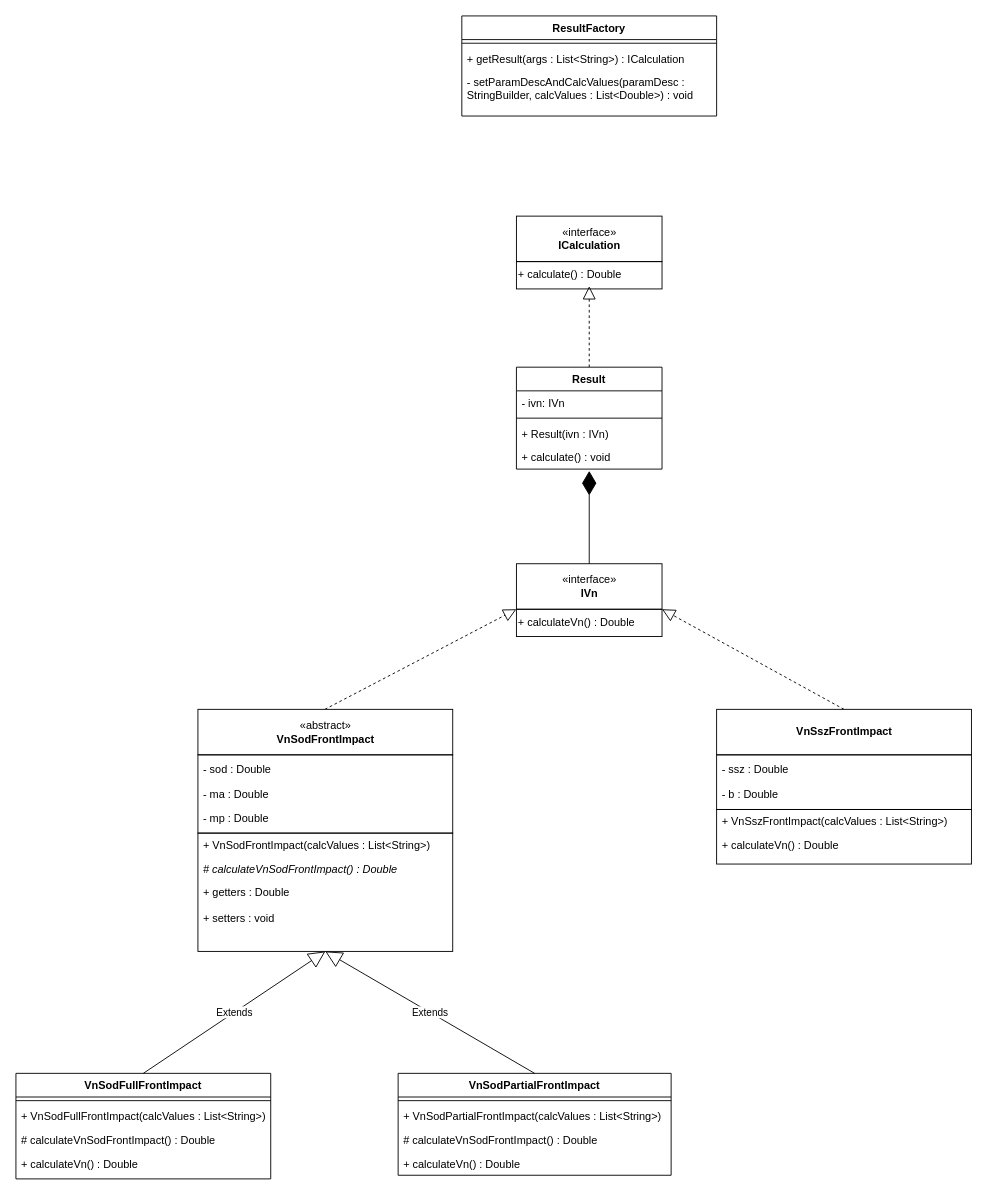
This is I Phase/I Phase - Vn - project.drawio from milanmvujanic/documentation-traffic-accident-analysis-calculation-tool, a draw.io file, before an edit. Source tidied: cells renumbered, new cells numbered last; positions are measured from the earlier drawing's top-left corner, leaving out a move shared by most shapes. Both pictures are drawn from the tidied source at 91%, with x=0, y=0 at pixel (15, 15).
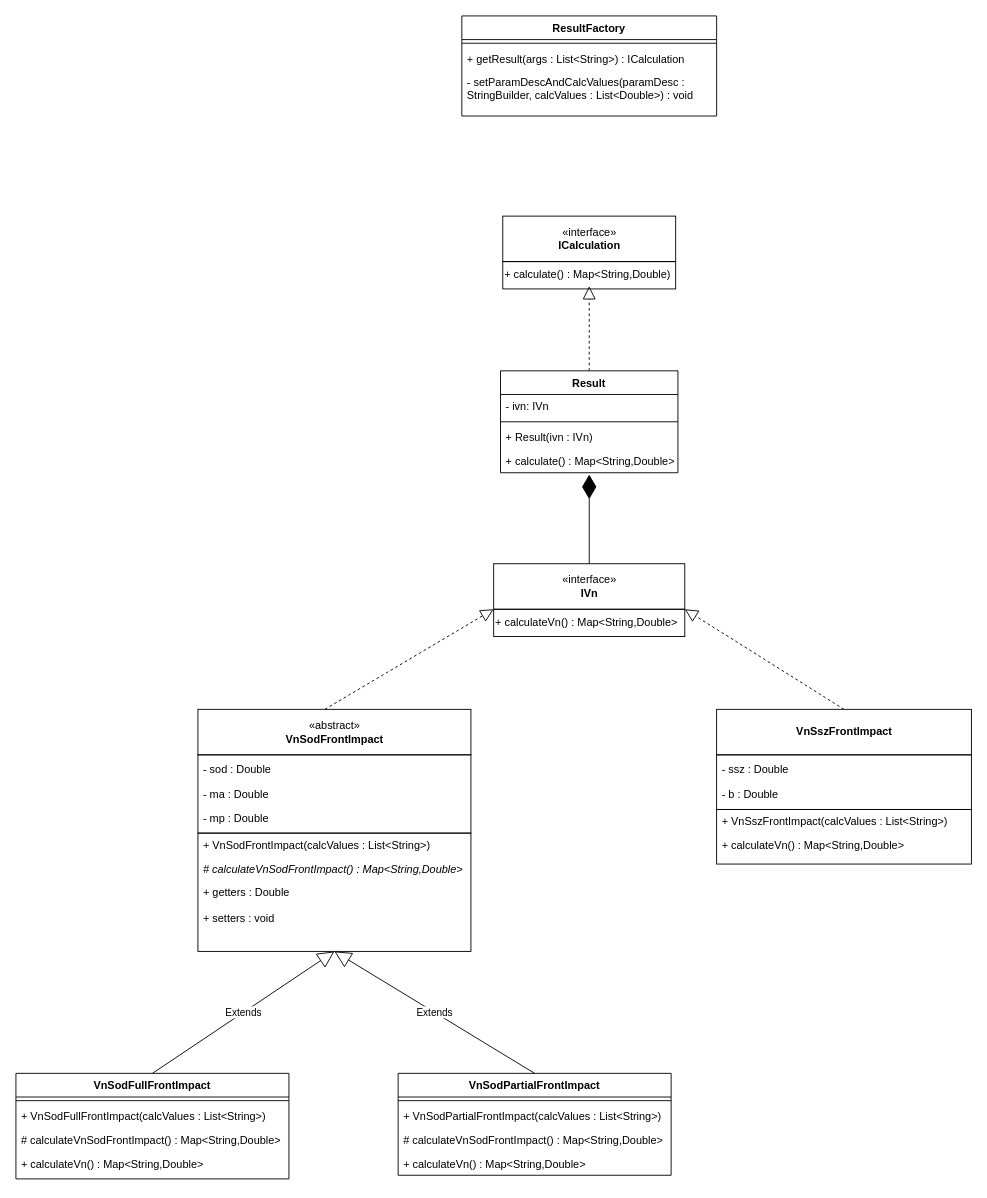
Above is the later version.

Commit message (it also covers changes not shown here):
updated uml diagram

The change refers to these unchanged cells:
```xml
<mxCell id="33" value="VnSodPartialFrontImpact" style="swimlane;fontStyle=1;align=center;verticalAlign=top;horizontal=1;startSize=26;strokeWidth=1;" parent="1" vertex="1">
  <mxGeometry x="420" y="1162" width="300" height="112" as="geometry" />
</mxCell>
```

The edit, as a diff of the source:
```diff
@@
     <mxCell id="3" value="Result" style="swimlane;fontStyle=1;align=center;verticalAlign=top;horizontal=1;startSize=26;strokeWidth=1;" parent="1" vertex="1">
-      <mxGeometry x="550" y="386" width="160" height="112" as="geometry" />
+      <mxGeometry x="532.5" y="390" width="195" height="112" as="geometry" />
     </mxCell>
     <mxCell id="4" value="- ivn: IVn" style="text;strokeColor=none;fillColor=none;align=left;verticalAlign=top;spacingLeft=4;spacingRight=4;overflow=hidden;" parent="3" vertex="1">
-      <mxGeometry y="26" width="160" height="26" as="geometry" />
+      <mxGeometry y="26" width="195" height="26" as="geometry" />
     </mxCell>
     <mxCell id="5" style="line;strokeWidth=1;fillColor=none;align=left;verticalAlign=middle;spacingTop=-1;spacingLeft=3;spacingRight=3;labelPosition=right;" parent="3" vertex="1">
-      <mxGeometry y="52" width="160" height="8" as="geometry" />
+      <mxGeometry y="52" width="195" height="8" as="geometry" />
     </mxCell>
     <mxCell id="6" value="+ Result(ivn : IVn)&#10;" style="text;strokeColor=none;fillColor=none;align=left;verticalAlign=top;spacingLeft=4;spacingRight=4;overflow=hidden;" parent="3" vertex="1">
-      <mxGeometry y="60" width="160" height="26" as="geometry" />
+      <mxGeometry y="60" width="195" height="26" as="geometry" />
     </mxCell>
-    <mxCell id="7" value="+ calculate() : void&#10;" style="text;strokeColor=none;fillColor=none;align=left;verticalAlign=top;spacingLeft=4;spacingRight=4;overflow=hidden;points=[[0,0.5],[1,0.5]];portConstraint=eastwest;" parent="3" vertex="1">
-      <mxGeometry y="86" width="160" height="26" as="geometry" />
+    <mxCell id="7" value="+ calculate() : Map&lt;String,Double&gt;&#10;" style="text;strokeColor=none;fillColor=none;align=left;verticalAlign=top;spacingLeft=4;spacingRight=4;overflow=hidden;points=[[0,0.5],[1,0.5]];portConstraint=eastwest;" parent="3" vertex="1">
+      <mxGeometry y="86" width="195" height="26" as="geometry" />
     </mxCell>
@@
     <mxCell id="13" value="«interface»&lt;br&gt;&lt;b&gt;ICalculation&lt;/b&gt;" style="html=1;strokeWidth=1;" parent="1" vertex="1">
-      <mxGeometry x="550" y="220" width="160" height="50" as="geometry" />
+      <mxGeometry x="535" y="220" width="190" height="50" as="geometry" />
     </mxCell>
-    <mxCell id="14" value="+ calculate() : Double" style="rounded=0;whiteSpace=wrap;html=1;strokeWidth=1;fillColor=none;align=left;" parent="1" vertex="1">
-      <mxGeometry x="550" y="270" width="160" height="30" as="geometry" />
+    <mxCell id="14" value="+ calculate() : Map&amp;lt;String,Double)" style="rounded=0;whiteSpace=wrap;html=1;strokeWidth=1;fillColor=none;align=left;" parent="1" vertex="1">
+      <mxGeometry x="535" y="270" width="190" height="30" as="geometry" />
     </mxCell>
     <mxCell id="15" value="«interface»&lt;br&gt;&lt;b&gt;IVn&lt;/b&gt;" style="html=1;strokeWidth=1;" parent="1" vertex="1">
-      <mxGeometry x="550" y="602" width="160" height="50" as="geometry" />
+      <mxGeometry x="525" y="602" width="210" height="50" as="geometry" />
     </mxCell>
-    <mxCell id="16" value="+ calculateVn() : Double" style="rounded=0;whiteSpace=wrap;html=1;strokeWidth=1;fillColor=none;align=left;" parent="1" vertex="1">
-      <mxGeometry x="550" y="652" width="160" height="30" as="geometry" />
+    <mxCell id="16" value="+ calculateVn() : Map&amp;lt;String,Double&amp;gt;" style="rounded=0;whiteSpace=wrap;html=1;strokeWidth=1;fillColor=none;align=left;" parent="1" vertex="1">
+      <mxGeometry x="525" y="652" width="210" height="30" as="geometry" />
     </mxCell>
     <mxCell id="17" value="«abstract»&lt;br&gt;&lt;b&gt;VnSodFrontImpact&lt;/b&gt;" style="html=1;strokeWidth=1;" parent="1" vertex="1">
-      <mxGeometry x="200" y="762" width="280" height="50" as="geometry" />
+      <mxGeometry x="200" y="762" width="300" height="50" as="geometry" />
     </mxCell>
     <mxCell id="18" value="&lt;p style=&quot;line-height: 150%&quot;&gt;&lt;br&gt;&lt;/p&gt;" style="rounded=0;whiteSpace=wrap;html=1;strokeWidth=1;fillColor=none;align=left;" parent="1" vertex="1">
-      <mxGeometry x="200" y="812" width="280" height="86" as="geometry" />
+      <mxGeometry x="200" y="812" width="300" height="86" as="geometry" />
     </mxCell>
     <mxCell id="19" value="&lt;p style=&quot;line-height: 150%&quot;&gt;&lt;br&gt;&lt;/p&gt;" style="rounded=0;whiteSpace=wrap;html=1;strokeWidth=1;fillColor=none;align=left;" parent="1" vertex="1">
-      <mxGeometry x="200" y="898" width="280" height="130" as="geometry" />
+      <mxGeometry x="200" y="898" width="300" height="130" as="geometry" />
     </mxCell>
@@
-    <mxCell id="24" value="# calculateVnSodFrontImpact() : Double" style="text;strokeColor=none;fillColor=none;align=left;verticalAlign=top;spacingLeft=4;spacingRight=4;overflow=hidden;fontStyle=2;" parent="1" vertex="1">
-      <mxGeometry x="200" y="924" width="280" height="26" as="geometry" />
+    <mxCell id="24" value="# calculateVnSodFrontImpact() : Map&lt;String,Double&gt;" style="text;strokeColor=none;fillColor=none;align=left;verticalAlign=top;spacingLeft=4;spacingRight=4;overflow=hidden;fontStyle=2;" parent="1" vertex="1">
+      <mxGeometry x="200" y="924" width="300" height="26" as="geometry" />
     </mxCell>
@@
     <mxCell id="27" value="VnSodFullFrontImpact" style="swimlane;fontStyle=1;align=center;verticalAlign=top;horizontal=1;startSize=26;strokeWidth=1;" parent="1" vertex="1">
-      <mxGeometry y="1162" width="280" height="116" as="geometry" />
+      <mxGeometry y="1162" width="300" height="116" as="geometry" />
     </mxCell>
     <mxCell id="28" style="line;strokeWidth=1;fillColor=none;align=left;verticalAlign=middle;spacingTop=-1;spacingLeft=3;spacingRight=3;labelPosition=right;" parent="27" vertex="1">
-      <mxGeometry y="26" width="280" height="8" as="geometry" />
+      <mxGeometry y="26" width="300" height="8" as="geometry" />
     </mxCell>
     <mxCell id="29" value="+ VnSodFullFrontImpact(calcValues : List&lt;String&gt;)" style="text;strokeColor=none;fillColor=none;align=left;verticalAlign=top;spacingLeft=4;spacingRight=4;overflow=hidden;fontStyle=0;" parent="27" vertex="1">
-      <mxGeometry y="34" width="280" height="26" as="geometry" />
+      <mxGeometry y="34" width="300" height="26" as="geometry" />
     </mxCell>
-    <mxCell id="30" value="# calculateVnSodFrontImpact() : Double" style="text;strokeColor=none;fillColor=none;align=left;verticalAlign=top;spacingLeft=4;spacingRight=4;overflow=hidden;" parent="27" vertex="1">
-      <mxGeometry y="60" width="280" height="26" as="geometry" />
+    <mxCell id="30" value="# calculateVnSodFrontImpact() : Map&lt;String,Double&gt;" style="text;strokeColor=none;fillColor=none;align=left;verticalAlign=top;spacingLeft=4;spacingRight=4;overflow=hidden;" parent="27" vertex="1">
+      <mxGeometry y="60" width="300" height="26" as="geometry" />
     </mxCell>
-    <mxCell id="31" value="+ calculateVn() : Double&#10;" style="text;strokeColor=none;fillColor=none;align=left;verticalAlign=top;spacingLeft=4;spacingRight=4;overflow=hidden;" parent="27" vertex="1">
-      <mxGeometry y="86" width="280" height="30" as="geometry" />
+    <mxCell id="31" value="+ calculateVn() : Map&lt;String,Double&gt;&#10;" style="text;strokeColor=none;fillColor=none;align=left;verticalAlign=top;spacingLeft=4;spacingRight=4;overflow=hidden;" parent="27" vertex="1">
+      <mxGeometry y="86" width="300" height="30" as="geometry" />
     </mxCell>
@@
-    <mxCell id="36" value="# calculateVnSodFrontImpact() : Double" style="text;strokeColor=none;fillColor=none;align=left;verticalAlign=top;spacingLeft=4;spacingRight=4;overflow=hidden;" parent="33" vertex="1">
+    <mxCell id="36" value="# calculateVnSodFrontImpact() : Map&lt;String,Double&gt;" style="text;strokeColor=none;fillColor=none;align=left;verticalAlign=top;spacingLeft=4;spacingRight=4;overflow=hidden;" parent="33" vertex="1">
       <mxGeometry y="60" width="300" height="26" as="geometry" />
     </mxCell>
-    <mxCell id="37" value="+ calculateVn() : Double&#10;" style="text;strokeColor=none;fillColor=none;align=left;verticalAlign=top;spacingLeft=4;spacingRight=4;overflow=hidden;" parent="33" vertex="1">
+    <mxCell id="37" value="+ calculateVn() : Map&lt;String,Double&gt;&#10;" style="text;strokeColor=none;fillColor=none;align=left;verticalAlign=top;spacingLeft=4;spacingRight=4;overflow=hidden;" parent="33" vertex="1">
       <mxGeometry y="86" width="300" height="26" as="geometry" />
     </mxCell>
@@
-    <mxCell id="46" value="+ calculateVn() : Double" style="text;strokeColor=none;fillColor=none;align=left;verticalAlign=top;spacingLeft=4;spacingRight=4;overflow=hidden;" parent="1" vertex="1">
+    <mxCell id="46" value="+ calculateVn() : Map&lt;String,Double&gt;" style="text;strokeColor=none;fillColor=none;align=left;verticalAlign=top;spacingLeft=4;spacingRight=4;overflow=hidden;" parent="1" vertex="1">
       <mxGeometry x="770" y="898" width="280" height="26" as="geometry" />
     </mxCell>
```
